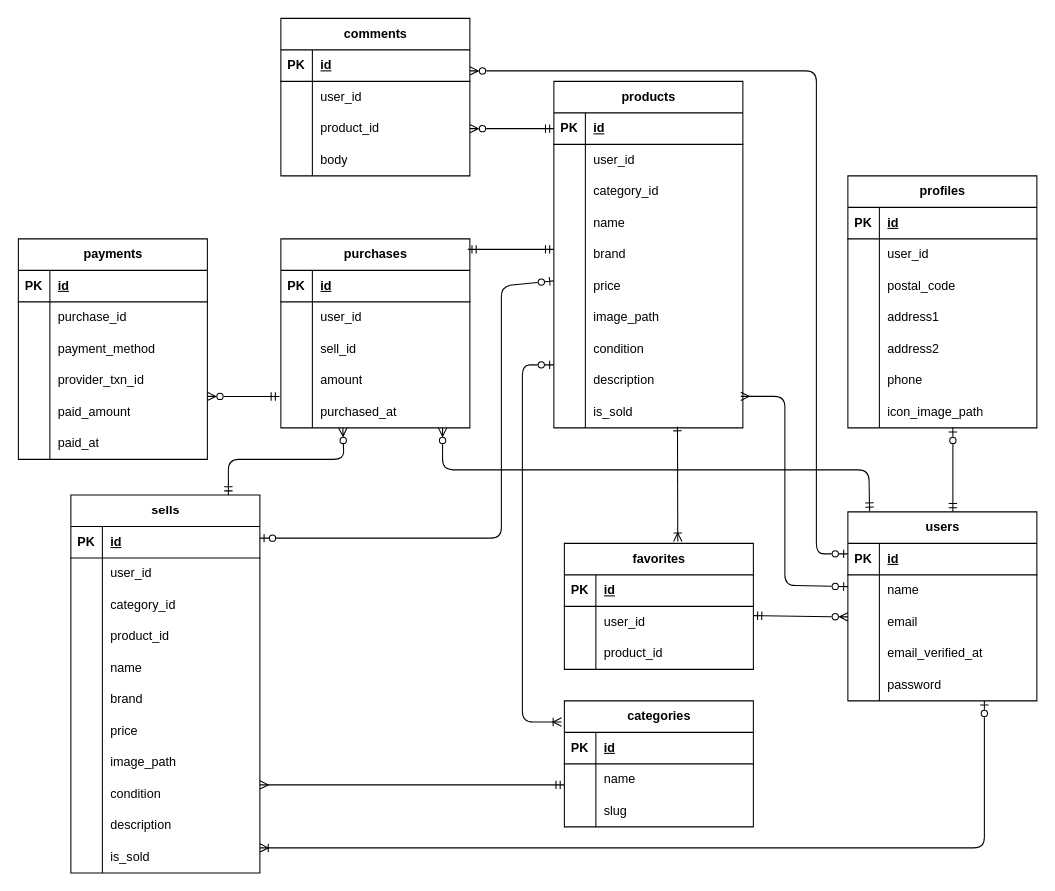
simanuki0923/Free-market keeps this draw.io diagram as src/index.drawio. Above is the earlier version. Source tidied: cells renumbered, new cells numbered last; positions are measured from the earlier drawing's top-left corner, leaving out a move shared by most shapes. Both pictures are drawn from the tidied source at 105%, with x=0, y=0 at pixel (18, 18).
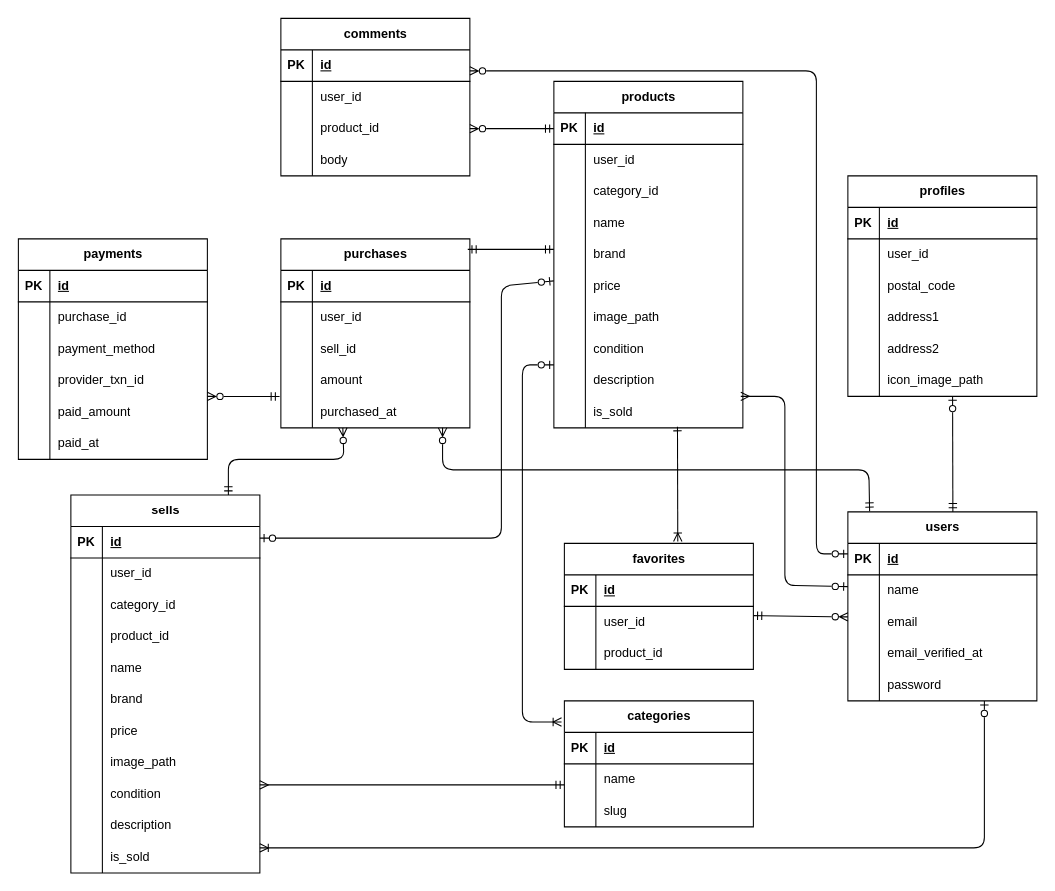
After the change.

Commit message:
2025/10/13 ER図設定修正

The edit, as a diff of the source:
```diff
@@
     <mxCell id="28" value="profiles" style="shape=table;startSize=30;childLayout=tableLayout;rowLines=0;fontStyle=1;align=center;html=1;" parent="1" vertex="1">
-      <mxGeometry x="790" y="150" width="180" height="240" as="geometry" />
+      <mxGeometry x="790" y="150" width="180" height="210" as="geometry" />
     </mxCell>
@@
-    <mxCell id="44" style="shape=tableRow;horizontal=0;startSize=0;swimlaneHead=0;swimlaneBody=0;fillColor=none;top=0;left=0;right=0;bottom=0;" parent="28" vertex="1">
-      <mxGeometry y="180" width="180" height="30" as="geometry" />
-    </mxCell>
-    <mxCell id="45" style="shape=partialRectangle;fillColor=none;top=0;left=0;bottom=0;right=0;overflow=hidden;whiteSpace=wrap;html=1;" parent="44" vertex="1">
-      <mxGeometry width="30" height="30" as="geometry" />
-    </mxCell>
-    <mxCell id="46" value="phone" style="shape=partialRectangle;fillColor=none;top=0;left=0;bottom=0;right=0;align=left;spacingLeft=6;overflow=hidden;whiteSpace=wrap;html=1;" parent="44" vertex="1">
-      <mxGeometry x="30" width="150" height="30" as="geometry" />
-    </mxCell>
     <mxCell id="47" style="shape=tableRow;horizontal=0;startSize=0;swimlaneHead=0;swimlaneBody=0;fillColor=none;points=[[0,0.5],[1,0.5]];portConstraint=eastwest;top=0;left=0;right=0;bottom=0;" parent="28" vertex="1">
-      <mxGeometry y="210" width="180" height="30" as="geometry" />
+      <mxGeometry y="180" width="180" height="30" as="geometry" />
     </mxCell>
@@
-    <mxCell id="174" style="endArrow=ERmandOne;html=1;rounded=0;startArrow=ERzeroToOne;startFill=0;endFill=0;" parent="1" edge="1">
+    <mxCell id="174" style="endArrow=ERmandOne;html=1;rounded=0;startArrow=ERzeroToOne;startFill=0;endFill=0;exitX=0.554;exitY=0.987;exitDx=0;exitDy=0;exitPerimeter=0;" parent="1" edge="1" source="47">
       <mxGeometry relative="1" as="geometry">
-        <mxPoint x="890" y="390" as="sourcePoint" />
         <mxPoint x="890" y="470" as="targetPoint" />
       </mxGeometry>
     </mxCell>
```
